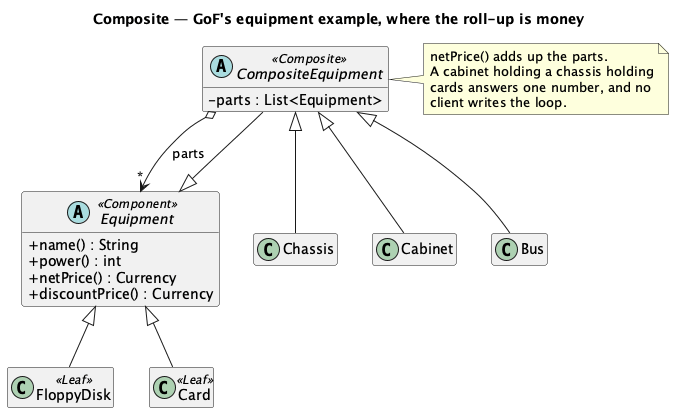
The PlantUML diagram src/main/java/dev/kaldiroglu/dp/structural/composite/gof/equipment/uml/Composite - Equipment - Class Diagram.png in kaldiroglu/DesignPatternsWithJava, before a commit.
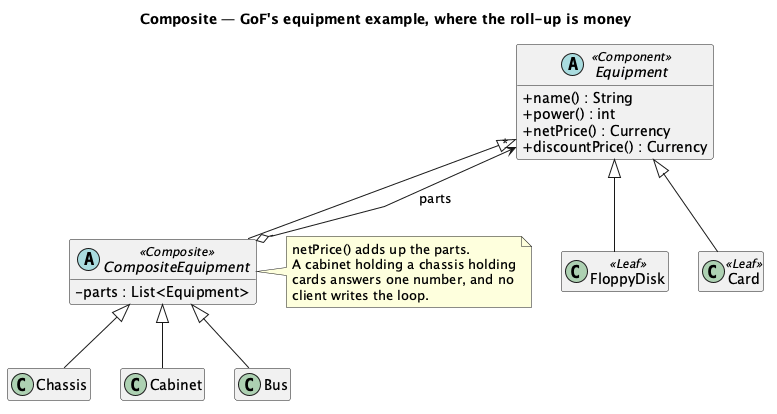
The same diagram one commit later.

Diff of the diagram source:
```diff
@@ -1,4 +1,6 @@
-@startuml "Composite - Equipment - Class Diagram"
+@startuml
+skinparam linetype polyline
+skinparam nodesep 30
 skinparam classAttributeIconSize 0
 hide empty members
 title Composite — GoF's equipment example, where the roll-up is money
@@ -23,7 +25,6 @@
 Equipment <|-- FloppyDisk
 Equipment <|-- Card
 Equipment <|-- CompositeEquipment
-CompositeEquipment o--> "*" Equipment : parts
 CompositeEquipment <|-- Chassis
 CompositeEquipment <|-- Cabinet
 CompositeEquipment <|-- Bus
@@ -35,4 +36,5 @@
   client writes the loop.
 end note
 
+CompositeEquipment o-[norank]-> "*" Equipment : parts
 @enduml
```
